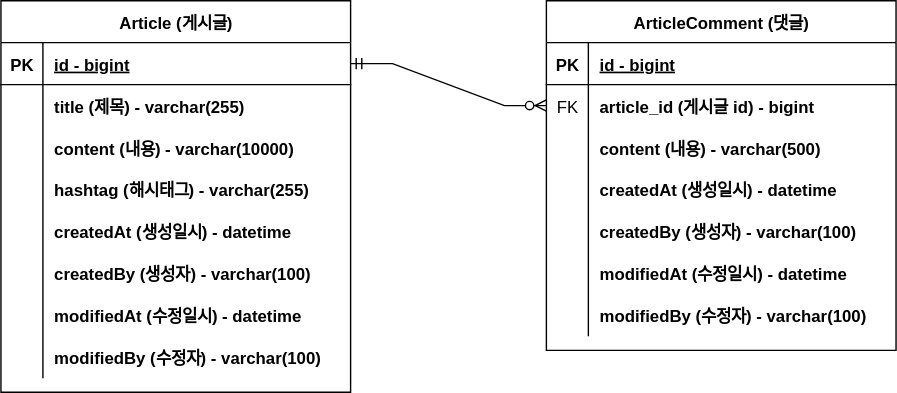
95twan/project-board keeps this draw.io diagram as document/project-board-erd.svg. Above is the earlier version. Source tidied: cells renumbered, new cells last; positions are measured from the earlier drawing's top-left corner, leaving out a move shared by most shapes.
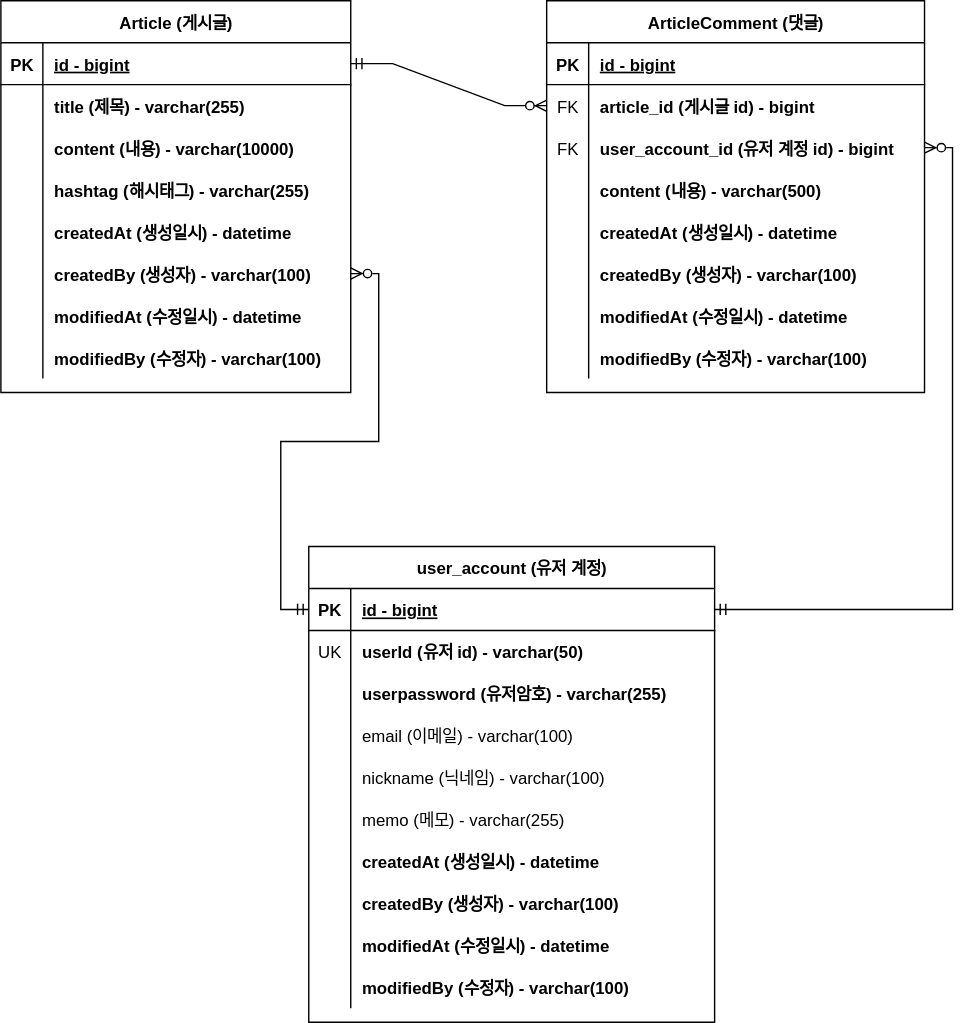
The same diagram one commit later.

Commit message:
#17 - 회원 계정 erd 추가

Diff of the diagram source:
```diff
@@ -78,73 +78,181 @@
       <mxGeometry x="30" width="220" height="30" as="geometry" />
     </mxCell>
     <mxCell id="27" value="ArticleComment (댓글)" style="shape=table;startSize=30;rowLines=0;fontStyle=1;align=center;" parent="1" vertex="1">
-      <mxGeometry x="390" width="250" height="250" as="geometry" />
+      <mxGeometry x="390" width="270" height="280" as="geometry" />
     </mxCell>
     <mxCell id="28" style="shape=partialRectangle;fillColor=none;top=0;left=0;right=0;bottom=1;" parent="27" vertex="1">
-      <mxGeometry y="30" width="250" height="30" as="geometry" />
+      <mxGeometry y="30" width="270" height="30" as="geometry" />
     </mxCell>
     <mxCell id="29" value="PK" style="shape=partialRectangle;overflow=hidden;fillColor=none;top=0;left=0;bottom=0;right=0;fontStyle=1;" parent="28" vertex="1">
       <mxGeometry width="30" height="30" as="geometry" />
     </mxCell>
     <mxCell id="30" value="id - bigint" style="shape=partialRectangle;overflow=hidden;fillColor=none;top=0;left=0;bottom=0;right=0;align=left;spacingLeft=6;fontStyle=5;" parent="28" vertex="1">
-      <mxGeometry x="30" width="220" height="30" as="geometry" />
+      <mxGeometry x="30" width="240" height="30" as="geometry" />
     </mxCell>
     <mxCell id="31" style="shape=partialRectangle;fillColor=none;points=[[0,0.5],[1,0.5]];portConstraint=eastwest;top=0;left=0;right=0;bottom=0;" parent="27" vertex="1">
-      <mxGeometry y="60" width="250" height="30" as="geometry" />
+      <mxGeometry y="60" width="270" height="30" as="geometry" />
     </mxCell>
     <mxCell id="32" value="FK" style="shape=partialRectangle;overflow=hidden;fillColor=none;top=0;left=0;bottom=0;right=0;" parent="31" vertex="1">
       <mxGeometry width="30" height="30" as="geometry" />
     </mxCell>
     <mxCell id="33" value="article_id (게시글 id) - bigint" style="shape=partialRectangle;overflow=hidden;fillColor=none;top=0;left=0;bottom=0;right=0;align=left;spacingLeft=6;fontStyle=1;" parent="31" vertex="1">
-      <mxGeometry x="30" width="220" height="30" as="geometry" />
+      <mxGeometry x="30" width="240" height="30" as="geometry" />
     </mxCell>
+    <mxCell id="50" style="shape=partialRectangle;fillColor=none;points=[[0,0.5],[1,0.5]];portConstraint=eastwest;top=0;left=0;right=0;bottom=0;" parent="27" vertex="1">
+      <mxGeometry y="90" width="270" height="30" as="geometry" />
+    </mxCell>
+    <mxCell id="51" value="FK" style="shape=partialRectangle;overflow=hidden;fillColor=none;top=0;left=0;bottom=0;right=0;" parent="50" vertex="1">
+      <mxGeometry width="30" height="30" as="geometry" />
+    </mxCell>
+    <mxCell id="52" value="user_account_id (유저 계정 id) - bigint" style="shape=partialRectangle;overflow=hidden;fillColor=none;top=0;left=0;bottom=0;right=0;align=left;spacingLeft=6;fontStyle=1;" parent="50" vertex="1">
+      <mxGeometry x="30" width="240" height="30" as="geometry" />
+    </mxCell>
     <mxCell id="34" style="shape=tableRow;horizontal=0;startSize=0;swimlaneHead=0;swimlaneBody=0;fillColor=none;top=0;left=0;right=0;bottom=0;" parent="27" vertex="1">
-      <mxGeometry y="90" width="250" height="30" as="geometry" />
+      <mxGeometry y="120" width="270" height="30" as="geometry" />
     </mxCell>
     <mxCell id="35" style="shape=partialRectangle;fillColor=none;top=0;left=0;bottom=0;right=0;overflow=hidden;" parent="34" vertex="1">
       <mxGeometry width="30" height="30" as="geometry" />
     </mxCell>
     <mxCell id="36" value="content (내용) - varchar(500)" style="shape=partialRectangle;fillColor=none;top=0;left=0;bottom=0;right=0;align=left;spacingLeft=6;overflow=hidden;fontStyle=1;" parent="34" vertex="1">
-      <mxGeometry x="30" width="220" height="30" as="geometry" />
+      <mxGeometry x="30" width="240" height="30" as="geometry" />
     </mxCell>
     <mxCell id="37" style="shape=tableRow;horizontal=0;startSize=0;swimlaneHead=0;swimlaneBody=0;fillColor=none;top=0;left=0;right=0;bottom=0;" parent="27" vertex="1">
-      <mxGeometry y="120" width="250" height="30" as="geometry" />
+      <mxGeometry y="150" width="270" height="30" as="geometry" />
     </mxCell>
     <mxCell id="38" style="shape=partialRectangle;fillColor=none;top=0;left=0;bottom=0;right=0;overflow=hidden;" parent="37" vertex="1">
       <mxGeometry width="30" height="30" as="geometry" />
     </mxCell>
     <mxCell id="39" value="createdAt (생성일시) - datetime" style="shape=partialRectangle;fillColor=none;top=0;left=0;bottom=0;right=0;align=left;spacingLeft=6;overflow=hidden;fontStyle=1;" parent="37" vertex="1">
-      <mxGeometry x="30" width="220" height="30" as="geometry" />
+      <mxGeometry x="30" width="240" height="30" as="geometry" />
     </mxCell>
     <mxCell id="40" style="shape=tableRow;horizontal=0;startSize=0;swimlaneHead=0;swimlaneBody=0;fillColor=none;top=0;left=0;right=0;bottom=0;" parent="27" vertex="1">
-      <mxGeometry y="150" width="250" height="30" as="geometry" />
+      <mxGeometry y="180" width="270" height="30" as="geometry" />
     </mxCell>
     <mxCell id="41" style="shape=partialRectangle;fillColor=none;top=0;left=0;bottom=0;right=0;overflow=hidden;" parent="40" vertex="1">
       <mxGeometry width="30" height="30" as="geometry" />
     </mxCell>
     <mxCell id="42" value="createdBy (생성자) - varchar(100)" style="shape=partialRectangle;fillColor=none;top=0;left=0;bottom=0;right=0;align=left;spacingLeft=6;overflow=hidden;fontStyle=1;" parent="40" vertex="1">
-      <mxGeometry x="30" width="220" height="30" as="geometry" />
+      <mxGeometry x="30" width="240" height="30" as="geometry" />
     </mxCell>
     <mxCell id="43" style="shape=tableRow;horizontal=0;startSize=0;swimlaneHead=0;swimlaneBody=0;fillColor=none;top=0;left=0;right=0;bottom=0;" parent="27" vertex="1">
-      <mxGeometry y="180" width="250" height="30" as="geometry" />
+      <mxGeometry y="210" width="270" height="30" as="geometry" />
     </mxCell>
     <mxCell id="44" style="shape=partialRectangle;fillColor=none;top=0;left=0;bottom=0;right=0;overflow=hidden;" parent="43" vertex="1">
       <mxGeometry width="30" height="30" as="geometry" />
     </mxCell>
     <mxCell id="45" value="modifiedAt (수정일시) - datetime" style="shape=partialRectangle;fillColor=none;top=0;left=0;bottom=0;right=0;align=left;spacingLeft=6;overflow=hidden;fontStyle=1;" parent="43" vertex="1">
-      <mxGeometry x="30" width="220" height="30" as="geometry" />
+      <mxGeometry x="30" width="240" height="30" as="geometry" />
     </mxCell>
     <mxCell id="46" style="shape=tableRow;horizontal=0;startSize=0;swimlaneHead=0;swimlaneBody=0;fillColor=none;top=0;left=0;right=0;bottom=0;" parent="27" vertex="1">
-      <mxGeometry y="210" width="250" height="30" as="geometry" />
+      <mxGeometry y="240" width="270" height="30" as="geometry" />
     </mxCell>
     <mxCell id="47" style="shape=partialRectangle;fillColor=none;top=0;left=0;bottom=0;right=0;overflow=hidden;" parent="46" vertex="1">
       <mxGeometry width="30" height="30" as="geometry" />
     </mxCell>
     <mxCell id="48" value="modifiedBy (수정자) - varchar(100)" style="shape=partialRectangle;fillColor=none;top=0;left=0;bottom=0;right=0;align=left;spacingLeft=6;overflow=hidden;fontStyle=1;" parent="46" vertex="1">
-      <mxGeometry x="30" width="220" height="30" as="geometry" />
+      <mxGeometry x="30" width="240" height="30" as="geometry" />
     </mxCell>
     <mxCell id="49" style="edgeStyle=entityRelationEdgeStyle;fontSize=12;html=1;endArrow=ERzeroToMany;startArrow=ERmandOne;rounded=0;exitX=1;exitY=0.5;exitDx=0;exitDy=0;entryX=0;entryY=0.5;entryDx=0;entryDy=0;" parent="1" edge="1" source="3" target="31">
       <mxGeometry relative="1" as="geometry" />
     </mxCell>
+    <mxCell id="53" value="user_account (유저 계정)" style="shape=table;startSize=30;rowLines=0;fontStyle=1;align=center;" parent="1" vertex="1">
+      <mxGeometry x="220" y="390" width="290" height="340" as="geometry" />
+    </mxCell>
+    <mxCell id="54" style="shape=partialRectangle;fillColor=none;points=[[0,0.5],[1,0.5]];portConstraint=eastwest;top=0;left=0;right=0;bottom=1;" parent="53" vertex="1">
+      <mxGeometry y="30" width="290" height="30" as="geometry" />
+    </mxCell>
+    <mxCell id="55" value="PK" style="shape=partialRectangle;overflow=hidden;fillColor=none;top=0;left=0;bottom=0;right=0;fontStyle=1;" parent="54" vertex="1">
+      <mxGeometry width="30" height="30" as="geometry" />
+    </mxCell>
+    <mxCell id="56" value="id - bigint" style="shape=partialRectangle;overflow=hidden;fillColor=none;top=0;left=0;bottom=0;right=0;align=left;spacingLeft=6;fontStyle=5;" parent="54" vertex="1">
+      <mxGeometry x="30" width="260" height="30" as="geometry" />
+    </mxCell>
+    <mxCell id="57" style="shape=partialRectangle;fillColor=none;top=0;left=0;right=0;bottom=0;" parent="53" vertex="1">
+      <mxGeometry y="60" width="290" height="30" as="geometry" />
+    </mxCell>
+    <mxCell id="58" value="UK" style="shape=partialRectangle;overflow=hidden;fillColor=none;top=0;left=0;bottom=0;right=0;" parent="57" vertex="1">
+      <mxGeometry width="30" height="30" as="geometry" />
+    </mxCell>
+    <mxCell id="59" value="userId (유저 id) - varchar(50)" style="shape=partialRectangle;overflow=hidden;fillColor=none;top=0;left=0;bottom=0;right=0;align=left;spacingLeft=6;fontStyle=1;" parent="57" vertex="1">
+      <mxGeometry x="30" width="260" height="30" as="geometry" />
+    </mxCell>
+    <mxCell id="60" style="shape=tableRow;horizontal=0;startSize=0;swimlaneHead=0;swimlaneBody=0;fillColor=none;top=0;left=0;right=0;bottom=0;" parent="53" vertex="1">
+      <mxGeometry y="90" width="290" height="30" as="geometry" />
+    </mxCell>
+    <mxCell id="61" style="shape=partialRectangle;fillColor=none;top=0;left=0;bottom=0;right=0;overflow=hidden;" parent="60" vertex="1">
+      <mxGeometry width="30" height="30" as="geometry" />
+    </mxCell>
+    <mxCell id="62" value="userpassword (유저암호) - varchar(255)" style="shape=partialRectangle;fillColor=none;top=0;left=0;bottom=0;right=0;align=left;spacingLeft=6;overflow=hidden;fontStyle=1;" parent="60" vertex="1">
+      <mxGeometry x="30" width="260" height="30" as="geometry" />
+    </mxCell>
+    <mxCell id="63" style="shape=tableRow;horizontal=0;startSize=0;swimlaneHead=0;swimlaneBody=0;fillColor=none;top=0;left=0;right=0;bottom=0;" parent="53" vertex="1">
+      <mxGeometry y="120" width="290" height="30" as="geometry" />
+    </mxCell>
+    <mxCell id="64" style="shape=partialRectangle;fillColor=none;top=0;left=0;bottom=0;right=0;overflow=hidden;" parent="63" vertex="1">
+      <mxGeometry width="30" height="30" as="geometry" />
+    </mxCell>
+    <mxCell id="65" value="email (이메일) - varchar(100)" style="shape=partialRectangle;fillColor=none;top=0;left=0;bottom=0;right=0;align=left;spacingLeft=6;overflow=hidden;fontStyle=0;" parent="63" vertex="1">
+      <mxGeometry x="30" width="260" height="30" as="geometry" />
+    </mxCell>
+    <mxCell id="66" style="shape=tableRow;horizontal=0;startSize=0;swimlaneHead=0;swimlaneBody=0;fillColor=none;top=0;left=0;right=0;bottom=0;" parent="53" vertex="1">
+      <mxGeometry y="150" width="290" height="30" as="geometry" />
+    </mxCell>
+    <mxCell id="67" style="shape=partialRectangle;fillColor=none;top=0;left=0;bottom=0;right=0;overflow=hidden;" parent="66" vertex="1">
+      <mxGeometry width="30" height="30" as="geometry" />
+    </mxCell>
+    <mxCell id="68" value="nickname (닉네임) - varchar(100)" style="shape=partialRectangle;fillColor=none;top=0;left=0;bottom=0;right=0;align=left;spacingLeft=6;overflow=hidden;fontStyle=0;" parent="66" vertex="1">
+      <mxGeometry x="30" width="260" height="30" as="geometry" />
+    </mxCell>
+    <mxCell id="69" style="shape=tableRow;horizontal=0;startSize=0;swimlaneHead=0;swimlaneBody=0;fillColor=none;top=0;left=0;right=0;bottom=0;" parent="53" vertex="1">
+      <mxGeometry y="180" width="290" height="30" as="geometry" />
+    </mxCell>
+    <mxCell id="70" style="shape=partialRectangle;fillColor=none;top=0;left=0;bottom=0;right=0;overflow=hidden;" parent="69" vertex="1">
+      <mxGeometry width="30" height="30" as="geometry" />
+    </mxCell>
+    <mxCell id="71" value="memo (메모) - varchar(255)" style="shape=partialRectangle;fillColor=none;top=0;left=0;bottom=0;right=0;align=left;spacingLeft=6;overflow=hidden;fontStyle=0;" parent="69" vertex="1">
+      <mxGeometry x="30" width="260" height="30" as="geometry" />
+    </mxCell>
+    <mxCell id="72" style="shape=tableRow;horizontal=0;startSize=0;swimlaneHead=0;swimlaneBody=0;fillColor=none;top=0;left=0;right=0;bottom=0;" parent="53" vertex="1">
+      <mxGeometry y="210" width="290" height="30" as="geometry" />
+    </mxCell>
+    <mxCell id="73" style="shape=partialRectangle;fillColor=none;top=0;left=0;bottom=0;right=0;overflow=hidden;" parent="72" vertex="1">
+      <mxGeometry width="30" height="30" as="geometry" />
+    </mxCell>
+    <mxCell id="74" value="createdAt (생성일시) - datetime" style="shape=partialRectangle;fillColor=none;top=0;left=0;bottom=0;right=0;align=left;spacingLeft=6;overflow=hidden;fontStyle=1;" parent="72" vertex="1">
+      <mxGeometry x="30" width="260" height="30" as="geometry" />
+    </mxCell>
+    <mxCell id="75" style="shape=tableRow;horizontal=0;startSize=0;swimlaneHead=0;swimlaneBody=0;fillColor=none;top=0;left=0;right=0;bottom=0;" parent="53" vertex="1">
+      <mxGeometry y="240" width="290" height="30" as="geometry" />
+    </mxCell>
+    <mxCell id="76" style="shape=partialRectangle;fillColor=none;top=0;left=0;bottom=0;right=0;overflow=hidden;" parent="75" vertex="1">
+      <mxGeometry width="30" height="30" as="geometry" />
+    </mxCell>
+    <mxCell id="77" value="createdBy (생성자) - varchar(100)" style="shape=partialRectangle;fillColor=none;top=0;left=0;bottom=0;right=0;align=left;spacingLeft=6;overflow=hidden;fontStyle=1;" parent="75" vertex="1">
+      <mxGeometry x="30" width="260" height="30" as="geometry" />
+    </mxCell>
+    <mxCell id="78" style="shape=tableRow;horizontal=0;startSize=0;swimlaneHead=0;swimlaneBody=0;fillColor=none;top=0;left=0;right=0;bottom=0;" parent="53" vertex="1">
+      <mxGeometry y="270" width="290" height="30" as="geometry" />
+    </mxCell>
+    <mxCell id="79" style="shape=partialRectangle;fillColor=none;top=0;left=0;bottom=0;right=0;overflow=hidden;" parent="78" vertex="1">
+      <mxGeometry width="30" height="30" as="geometry" />
+    </mxCell>
+    <mxCell id="80" value="modifiedAt (수정일시) - datetime" style="shape=partialRectangle;fillColor=none;top=0;left=0;bottom=0;right=0;align=left;spacingLeft=6;overflow=hidden;fontStyle=1;" parent="78" vertex="1">
+      <mxGeometry x="30" width="260" height="30" as="geometry" />
+    </mxCell>
+    <mxCell id="81" style="shape=tableRow;horizontal=0;startSize=0;swimlaneHead=0;swimlaneBody=0;fillColor=none;top=0;left=0;right=0;bottom=0;" parent="53" vertex="1">
+      <mxGeometry y="300" width="290" height="30" as="geometry" />
+    </mxCell>
+    <mxCell id="82" style="shape=partialRectangle;fillColor=none;top=0;left=0;bottom=0;right=0;overflow=hidden;" parent="81" vertex="1">
+      <mxGeometry width="30" height="30" as="geometry" />
+    </mxCell>
+    <mxCell id="83" value="modifiedBy (수정자) - varchar(100)" style="shape=partialRectangle;fillColor=none;top=0;left=0;bottom=0;right=0;align=left;spacingLeft=6;overflow=hidden;fontStyle=1;" parent="81" vertex="1">
+      <mxGeometry x="30" width="260" height="30" as="geometry" />
+    </mxCell>
+    <mxCell id="84" style="edgeStyle=orthogonalEdgeStyle;rounded=0;jettySize=auto;html=1;exitX=0;exitY=0.5;exitDx=0;exitDy=0;entryX=1;entryY=0.5;entryDx=0;entryDy=0;endArrow=ERzeroToMany;endFill=0;startArrow=ERmandOne;startFill=0;" parent="1" edge="1" source="54" target="18">
+      <mxGeometry relative="1" as="geometry" />
+    </mxCell>
+    <mxCell id="85" style="edgeStyle=orthogonalEdgeStyle;rounded=0;jettySize=auto;html=1;exitX=1;exitY=0.5;exitDx=0;exitDy=0;entryX=1;entryY=0.5;entryDx=0;entryDy=0;endArrow=ERmandOne;endFill=0;startArrow=ERzeroToMany;startFill=0;" parent="1" edge="1" source="50" target="54">
+      <mxGeometry relative="1" as="geometry" />
+    </mxCell>
   </root>
 </mxGraphModel>
```
